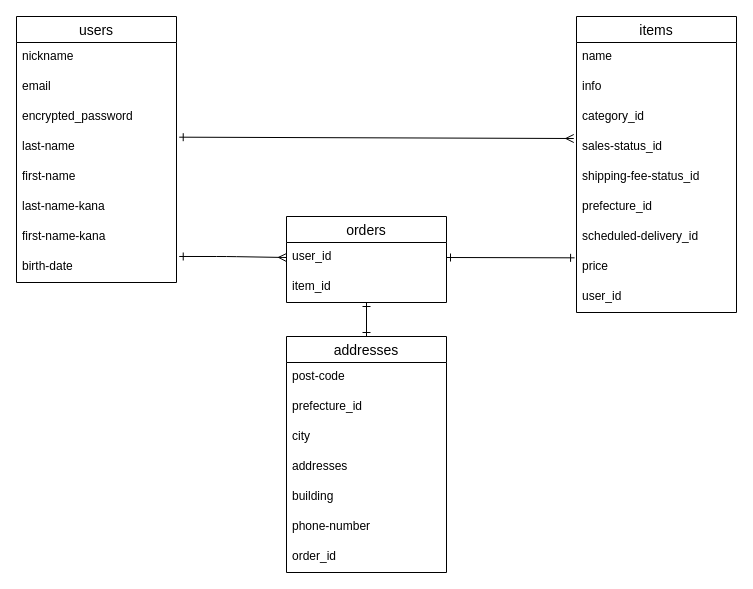
yurikomura/furima-39644 keeps this draw.io diagram as test.dio. Above is the earlier version. Source tidied: cells renumbered, new cells numbered last; positions are measured from the earlier drawing's top-left corner, leaving out a move shared by most shapes. Both pictures are drawn from the tidied source at 100%, with x=0, y=0 at pixel (16, 16).
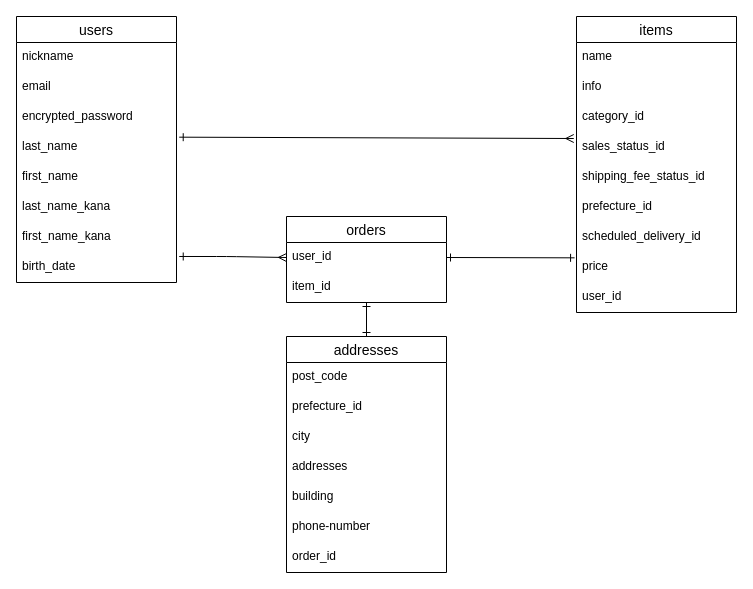
The same diagram, later.

The change refers to these unchanged cells:
```xml
<mxCell id="3" value="users" style="swimlane;fontStyle=0;horizontal=1;startSize=26;align=center;fontSize=14;" parent="1" vertex="1">
  <mxGeometry width="160" height="266" as="geometry" />
</mxCell>
<mxCell id="12" value="items" style="swimlane;fontStyle=0;horizontal=1;startSize=26;align=center;fontSize=14;" parent="1" vertex="1">
  <mxGeometry x="560" width="160" height="296" as="geometry" />
</mxCell>
<mxCell id="27" value="addresses" style="swimlane;fontStyle=0;horizontal=1;startSize=26;align=center;fontSize=14;" parent="1" vertex="1">
  <mxGeometry x="270" y="320" width="160" height="236" as="geometry" />
</mxCell>
```

Diff of the diagram source:
```diff
@@
-    <mxCell id="7" value="last-name" style="text;strokeColor=none;fillColor=none;spacingLeft=4;spacingRight=4;overflow=hidden;points=[[0,0.5],[1,0.5]];portConstraint=eastwest;fontSize=12;" parent="3" vertex="1">
+    <mxCell id="7" value="last_name" style="text;strokeColor=none;fillColor=none;spacingLeft=4;spacingRight=4;overflow=hidden;points=[[0,0.5],[1,0.5]];portConstraint=eastwest;fontSize=12;" parent="3" vertex="1">
       <mxGeometry y="116" width="160" height="30" as="geometry" />
     </mxCell>
-    <mxCell id="8" value="first-name" style="text;strokeColor=none;fillColor=none;spacingLeft=4;spacingRight=4;overflow=hidden;fontSize=12;" parent="3" vertex="1">
+    <mxCell id="8" value="first_name" style="text;strokeColor=none;fillColor=none;spacingLeft=4;spacingRight=4;overflow=hidden;fontSize=12;" parent="3" vertex="1">
       <mxGeometry y="146" width="160" height="30" as="geometry" />
     </mxCell>
-    <mxCell id="9" value="last-name-kana" style="text;strokeColor=none;fillColor=none;spacingLeft=4;spacingRight=4;overflow=hidden;fontSize=12;" parent="3" vertex="1">
+    <mxCell id="9" value="last_name_kana" style="text;strokeColor=none;fillColor=none;spacingLeft=4;spacingRight=4;overflow=hidden;fontSize=12;" parent="3" vertex="1">
       <mxGeometry y="176" width="160" height="30" as="geometry" />
     </mxCell>
-    <mxCell id="10" value="first-name-kana" style="text;strokeColor=none;fillColor=none;spacingLeft=4;spacingRight=4;overflow=hidden;fontSize=12;" parent="3" vertex="1">
+    <mxCell id="10" value="first_name_kana" style="text;strokeColor=none;fillColor=none;spacingLeft=4;spacingRight=4;overflow=hidden;fontSize=12;" parent="3" vertex="1">
       <mxGeometry y="206" width="160" height="30" as="geometry" />
     </mxCell>
-    <mxCell id="11" value="birth-date" style="text;strokeColor=none;fillColor=none;spacingLeft=4;spacingRight=4;overflow=hidden;points=[[0,0.5],[1,0.5]];portConstraint=eastwest;fontSize=12;" parent="3" vertex="1">
+    <mxCell id="11" value="birth_date" style="text;strokeColor=none;fillColor=none;spacingLeft=4;spacingRight=4;overflow=hidden;points=[[0,0.5],[1,0.5]];portConstraint=eastwest;fontSize=12;" parent="3" vertex="1">
       <mxGeometry y="236" width="160" height="30" as="geometry" />
     </mxCell>
@@
-    <mxCell id="16" value="sales-status_id" style="text;strokeColor=none;fillColor=none;spacingLeft=4;spacingRight=4;overflow=hidden;points=[[0,0.5],[1,0.5]];portConstraint=eastwest;fontSize=12;" parent="12" vertex="1">
+    <mxCell id="16" value="sales_status_id" style="text;strokeColor=none;fillColor=none;spacingLeft=4;spacingRight=4;overflow=hidden;points=[[0,0.5],[1,0.5]];portConstraint=eastwest;fontSize=12;" parent="12" vertex="1">
       <mxGeometry y="116" width="160" height="30" as="geometry" />
     </mxCell>
-    <mxCell id="17" value="shipping-fee-status_id" style="text;strokeColor=none;fillColor=none;spacingLeft=4;spacingRight=4;overflow=hidden;fontSize=12;" parent="12" vertex="1">
+    <mxCell id="17" value="shipping_fee_status_id" style="text;strokeColor=none;fillColor=none;spacingLeft=4;spacingRight=4;overflow=hidden;fontSize=12;" parent="12" vertex="1">
       <mxGeometry y="146" width="160" height="30" as="geometry" />
     </mxCell>
@@
-    <mxCell id="19" value="scheduled-delivery_id" style="text;strokeColor=none;fillColor=none;spacingLeft=4;spacingRight=4;overflow=hidden;fontSize=12;" parent="12" vertex="1">
+    <mxCell id="19" value="scheduled_delivery_id" style="text;strokeColor=none;fillColor=none;spacingLeft=4;spacingRight=4;overflow=hidden;fontSize=12;" parent="12" vertex="1">
       <mxGeometry y="206" width="160" height="30" as="geometry" />
     </mxCell>
@@
-    <mxCell id="28" value="post-code" style="text;strokeColor=none;fillColor=none;spacingLeft=4;spacingRight=4;overflow=hidden;fontSize=12;" parent="27" vertex="1">
+    <mxCell id="28" value="post_code" style="text;strokeColor=none;fillColor=none;spacingLeft=4;spacingRight=4;overflow=hidden;fontSize=12;" parent="27" vertex="1">
       <mxGeometry y="26" width="160" height="30" as="geometry" />
     </mxCell>
```
